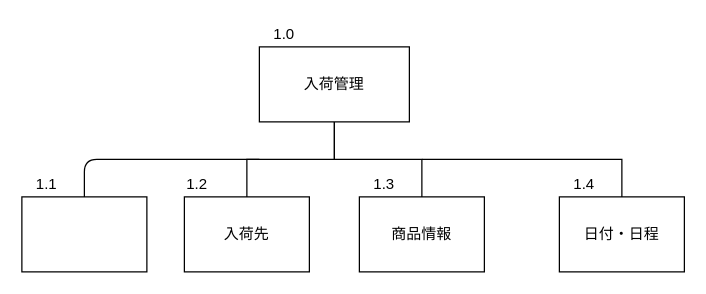
Before: サブシステム構造図/入荷管理.drawio in Yamanin3/system-devel, a draw.io diagram. Source tidied: cells renumbered, new cells numbered last; positions are measured from the earlier drawing's top-left corner, leaving out a move shared by most shapes. Both pictures are drawn from the tidied source at 125%, with x=0, y=0 at pixel (21, 21).
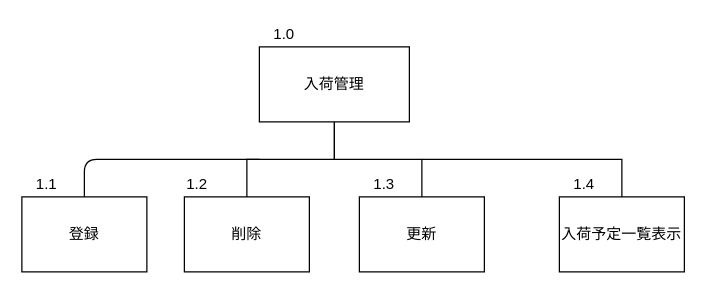
Above is the later version.

Commit message (it also covers changes not shown here):
入荷管理構造図、IPO図ともに完成

Diff of the diagram source:
```diff
@@
-    <mxCell id="3" value="商品情報" style="whiteSpace=wrap;html=1;align=center;verticalAlign=middle;" parent="1" vertex="1">
+    <mxCell id="3" value="更新" style="whiteSpace=wrap;html=1;align=center;verticalAlign=middle;" parent="1" vertex="1">
       <mxGeometry x="270" y="140" width="100" height="60" as="geometry" />
     </mxCell>
@@
-    <mxCell id="5" value="入荷先" style="whiteSpace=wrap;html=1;align=center;verticalAlign=middle;" parent="1" vertex="1">
+    <mxCell id="5" value="削除" style="whiteSpace=wrap;html=1;align=center;verticalAlign=middle;" parent="1" vertex="1">
       <mxGeometry x="130" y="140" width="100" height="60" as="geometry" />
     </mxCell>
@@
-    <mxCell id="7" value="日付・日程" style="whiteSpace=wrap;html=1;align=center;verticalAlign=middle;" parent="1" vertex="1">
+    <mxCell id="7" value="入荷予定一覧表示" style="whiteSpace=wrap;html=1;align=center;verticalAlign=middle;" parent="1" vertex="1">
       <mxGeometry x="430" y="140" width="100" height="60" as="geometry" />
     </mxCell>
@@
-    <mxCell id="10" style="whiteSpace=wrap;html=1;align=center;verticalAlign=middle;" parent="1" vertex="1">
+    <mxCell id="10" value="登録" style="whiteSpace=wrap;html=1;align=center;verticalAlign=middle;" parent="1" vertex="1">
       <mxGeometry y="140" width="100" height="60" as="geometry" />
     </mxCell>
```
